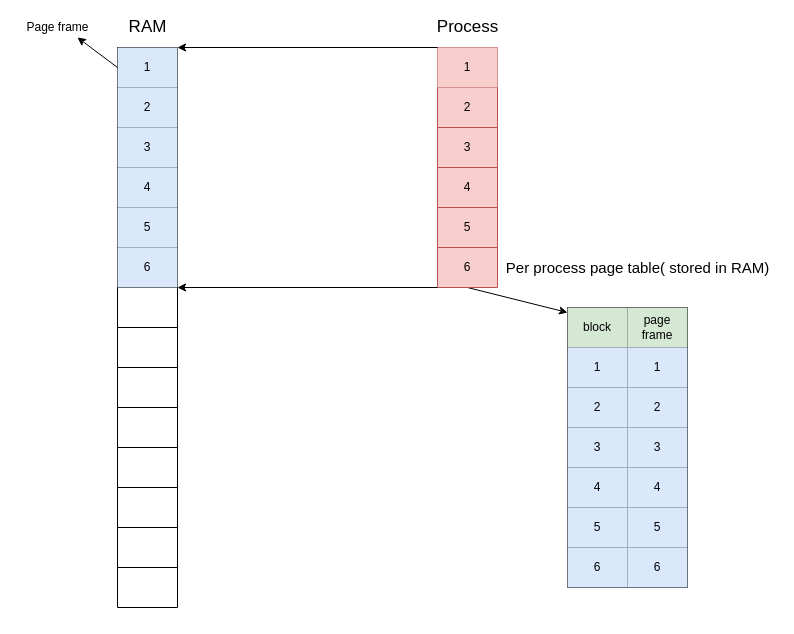
This is virtual-memory.drawio from estraining/diagram-store, a draw.io file, before an edit. Source tidied: cells renumbered, new cells numbered last; positions are measured from the earlier drawing's top-left corner, leaving out a move shared by most shapes. Both pictures are drawn from the tidied source at 100%, with x=0, y=0 at pixel (17, 17).
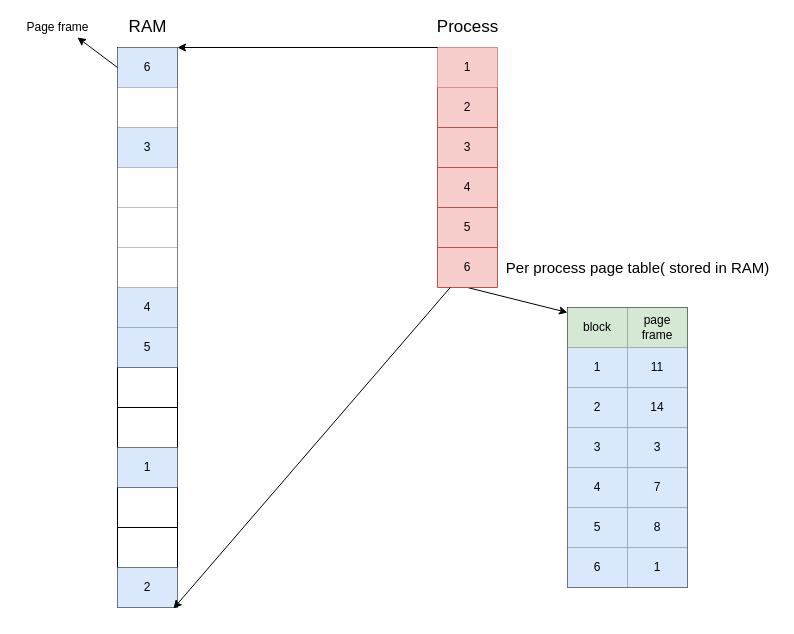
The same diagram, later.

Unchanged cells that the change refers to:
```xml
<mxCell id="3" style="shape=partialRectangle;html=1;whiteSpace=wrap;fillColor=none;top=0;left=0;bottom=0;right=0;points=[[0,0.5],[1,0.5]];portConstraint=eastwest;" parent="2" vertex="1">
  <mxGeometry width="60" height="40" as="geometry" />
</mxCell>
<mxCell id="5" style="shape=partialRectangle;html=1;whiteSpace=wrap;fillColor=none;top=0;left=0;bottom=0;right=0;" parent="2" vertex="1">
  <mxGeometry y="40" width="60" height="40" as="geometry" />
</mxCell>
<mxCell id="7" style="shape=partialRectangle;html=1;whiteSpace=wrap;fillColor=none;top=0;left=0;bottom=0;right=0;" parent="2" vertex="1">
  <mxGeometry y="80" width="60" height="40" as="geometry" />
</mxCell>
<mxCell id="9" style="shape=partialRectangle;html=1;whiteSpace=wrap;fillColor=none;top=0;left=0;bottom=0;right=0;" parent="2" vertex="1">
  <mxGeometry y="120" width="60" height="40" as="geometry" />
</mxCell>
<mxCell id="11" style="shape=partialRectangle;html=1;whiteSpace=wrap;fillColor=none;top=0;left=0;bottom=0;right=0;" parent="2" vertex="1">
  <mxGeometry y="160" width="60" height="40" as="geometry" />
</mxCell>
<mxCell id="13" style="shape=partialRectangle;html=1;whiteSpace=wrap;fillColor=none;top=0;left=0;bottom=0;right=0;" parent="2" vertex="1">
  <mxGeometry y="200" width="60" height="40" as="geometry" />
</mxCell>
<mxCell id="15" style="shape=partialRectangle;html=1;whiteSpace=wrap;fillColor=none;top=0;left=0;bottom=0;right=0;" parent="2" vertex="1">
  <mxGeometry y="240" width="60" height="40" as="geometry" />
</mxCell>
<mxCell id="17" style="shape=partialRectangle;html=1;whiteSpace=wrap;fillColor=none;top=0;left=0;bottom=0;right=0;" parent="2" vertex="1">
  <mxGeometry y="280" width="60" height="40" as="geometry" />
</mxCell>
<mxCell id="23" style="shape=partialRectangle;html=1;whiteSpace=wrap;fillColor=none;top=0;left=0;bottom=0;right=0;" parent="2" vertex="1">
  <mxGeometry y="400" width="60" height="40" as="geometry" />
</mxCell>
<mxCell id="29" style="shape=partialRectangle;html=1;whiteSpace=wrap;fillColor=none;top=0;left=0;bottom=0;right=0;points=[[0,0.5],[1,0.5]];portConstraint=eastwest;" parent="2" vertex="1">
  <mxGeometry y="520" width="60" height="40" as="geometry" />
</mxCell>
<mxCell id="33" style="shape=partialRectangle;html=1;whiteSpace=wrap;fillColor=none;top=0;left=0;bottom=0;right=0;points=[[0,0.5],[1,0.5]];portConstraint=eastwest;" parent="32" vertex="1">
  <mxGeometry width="60" height="40" as="geometry" />
</mxCell>
<mxCell id="43" style="shape=partialRectangle;html=1;whiteSpace=wrap;fillColor=none;top=0;left=0;bottom=0;right=0;points=[[0,0.5],[1,0.5]];portConstraint=eastwest;" parent="32" vertex="1">
  <mxGeometry y="200" width="60" height="40" as="geometry" />
</mxCell>
<mxCell id="54" style="shape=partialRectangle;html=1;whiteSpace=wrap;fillColor=none;top=0;left=0;bottom=0;right=0;" parent="50" vertex="1">
  <mxGeometry y="40" width="120" height="40" as="geometry" />
</mxCell>
<mxCell id="57" style="shape=partialRectangle;html=1;whiteSpace=wrap;fillColor=none;top=0;left=0;bottom=0;right=0;" parent="50" vertex="1">
  <mxGeometry y="80" width="120" height="40" as="geometry" />
</mxCell>
<mxCell id="63" style="shape=partialRectangle;html=1;whiteSpace=wrap;fillColor=none;top=0;left=0;bottom=0;right=0;" parent="50" vertex="1">
  <mxGeometry y="160" width="120" height="40" as="geometry" />
</mxCell>
<mxCell id="66" style="shape=partialRectangle;html=1;whiteSpace=wrap;fillColor=none;top=0;left=0;bottom=0;right=0;" parent="50" vertex="1">
  <mxGeometry y="200" width="120" height="40" as="geometry" />
</mxCell>
<mxCell id="69" style="shape=partialRectangle;html=1;whiteSpace=wrap;fillColor=none;top=0;left=0;bottom=0;right=0;" parent="50" vertex="1">
  <mxGeometry y="240" width="120" height="40" as="geometry" />
</mxCell>
```

Change to the diagram source:
```diff
@@
-    <mxCell id="4" value="1" style="shape=partialRectangle;html=1;whiteSpace=wrap;overflow=hidden;fillColor=#dae8fc;top=0;left=0;bottom=0;right=0;strokeColor=#6c8ebf;" parent="3" vertex="1">
+    <mxCell id="4" value="6" style="shape=partialRectangle;html=1;whiteSpace=wrap;overflow=hidden;fillColor=#dae8fc;top=0;left=0;bottom=0;right=0;strokeColor=#6c8ebf;" parent="3" vertex="1">
       <mxGeometry width="60" height="40" as="geometry" />
     </mxCell>
@@
-    <mxCell id="6" value="2" style="shape=partialRectangle;html=1;whiteSpace=wrap;overflow=hidden;fillColor=#dae8fc;top=0;left=0;bottom=0;right=0;strokeColor=#6c8ebf;" parent="5" vertex="1">
+    <mxCell id="6" style="shape=partialRectangle;html=1;whiteSpace=wrap;overflow=hidden;top=0;left=0;bottom=0;right=0;" parent="5" vertex="1">
       <mxGeometry width="60" height="40" as="geometry" />
     </mxCell>
@@
-    <mxCell id="8" value="3" style="shape=partialRectangle;html=1;whiteSpace=wrap;overflow=hidden;fillColor=#dae8fc;top=0;left=0;bottom=0;right=0;strokeColor=#6c8ebf;" parent="7" vertex="1">
+    <mxCell id="8" value="3" style="shape=partialRectangle;html=1;whiteSpace=wrap;overflow=hidden;top=0;left=0;bottom=0;right=0;fillColor=#dae8fc;strokeColor=#6c8ebf;" parent="7" vertex="1">
       <mxGeometry width="60" height="40" as="geometry" />
     </mxCell>
@@
-    <mxCell id="10" value="4" style="shape=partialRectangle;html=1;whiteSpace=wrap;overflow=hidden;fillColor=#dae8fc;top=0;left=0;bottom=0;right=0;strokeColor=#6c8ebf;" parent="9" vertex="1">
+    <mxCell id="10" style="shape=partialRectangle;html=1;whiteSpace=wrap;overflow=hidden;top=0;left=0;bottom=0;right=0;" parent="9" vertex="1">
       <mxGeometry width="60" height="40" as="geometry" />
     </mxCell>
@@
-    <mxCell id="12" value="5" style="shape=partialRectangle;html=1;whiteSpace=wrap;overflow=hidden;fillColor=#dae8fc;top=0;left=0;bottom=0;right=0;strokeColor=#6c8ebf;" parent="11" vertex="1">
+    <mxCell id="12" style="shape=partialRectangle;html=1;whiteSpace=wrap;overflow=hidden;top=0;left=0;bottom=0;right=0;" parent="11" vertex="1">
       <mxGeometry width="60" height="40" as="geometry" />
     </mxCell>
@@
-    <mxCell id="14" value="6" style="shape=partialRectangle;html=1;whiteSpace=wrap;overflow=hidden;fillColor=#dae8fc;top=0;left=0;bottom=0;right=0;strokeColor=#6c8ebf;" parent="13" vertex="1">
+    <mxCell id="14" style="shape=partialRectangle;html=1;whiteSpace=wrap;overflow=hidden;top=0;left=0;bottom=0;right=0;" parent="13" vertex="1">
       <mxGeometry width="60" height="40" as="geometry" />
     </mxCell>
@@
-    <mxCell id="16" style="shape=partialRectangle;html=1;whiteSpace=wrap;overflow=hidden;fillColor=none;top=0;left=0;bottom=0;right=0;" parent="15" vertex="1">
+    <mxCell id="16" value="4" style="shape=partialRectangle;html=1;whiteSpace=wrap;overflow=hidden;fillColor=#dae8fc;top=0;left=0;bottom=0;right=0;strokeColor=#6c8ebf;" parent="15" vertex="1">
       <mxGeometry width="60" height="40" as="geometry" />
     </mxCell>
@@
-    <mxCell id="18" style="shape=partialRectangle;html=1;whiteSpace=wrap;overflow=hidden;fillColor=none;top=0;left=0;bottom=0;right=0;" parent="17" vertex="1">
+    <mxCell id="18" value="5" style="shape=partialRectangle;html=1;whiteSpace=wrap;overflow=hidden;fillColor=#dae8fc;top=0;left=0;bottom=0;right=0;strokeColor=#6c8ebf;" parent="17" vertex="1">
       <mxGeometry width="60" height="40" as="geometry" />
     </mxCell>
@@
-    <mxCell id="24" style="shape=partialRectangle;html=1;whiteSpace=wrap;overflow=hidden;fillColor=none;top=0;left=0;bottom=0;right=0;" parent="23" vertex="1">
+    <mxCell id="24" value="1" style="shape=partialRectangle;html=1;whiteSpace=wrap;overflow=hidden;fillColor=#dae8fc;top=0;left=0;bottom=0;right=0;strokeColor=#6c8ebf;" parent="23" vertex="1">
       <mxGeometry width="60" height="40" as="geometry" />
     </mxCell>
@@
-    <mxCell id="30" style="shape=partialRectangle;html=1;whiteSpace=wrap;overflow=hidden;fillColor=none;top=0;left=0;bottom=0;right=0;" parent="29" vertex="1">
+    <mxCell id="30" value="2" style="shape=partialRectangle;html=1;whiteSpace=wrap;overflow=hidden;fillColor=#dae8fc;top=0;left=0;bottom=0;right=0;strokeColor=#6c8ebf;" parent="29" vertex="1">
       <mxGeometry width="60" height="40" as="geometry" />
     </mxCell>
@@
-    <mxCell id="47" style="edgeStyle=orthogonalEdgeStyle;rounded=0;jettySize=auto;html=1;" parent="1" edge="1" source="33">
-      <mxGeometry relative="1" as="geometry">
-        <mxPoint x="160" y="30" as="targetPoint" />
-        <Array as="points">
-          <mxPoint x="160" y="30" />
-        </Array>
-      </mxGeometry>
-    </mxCell>
-    <mxCell id="48" style="edgeStyle=orthogonalEdgeStyle;rounded=0;jettySize=auto;html=1;" parent="1" edge="1" source="43">
-      <mxGeometry relative="1" as="geometry">
-        <mxPoint x="160" y="270" as="targetPoint" />
-        <Array as="points">
-          <mxPoint x="160" y="270" />
-        </Array>
-      </mxGeometry>
-    </mxCell>
@@
-    <mxCell id="56" value="1" style="shape=partialRectangle;html=1;whiteSpace=wrap;overflow=hidden;fillColor=#dae8fc;top=0;left=0;bottom=0;right=0;strokeColor=#6c8ebf;" parent="54" vertex="1">
+    <mxCell id="56" value="11" style="shape=partialRectangle;html=1;whiteSpace=wrap;overflow=hidden;fillColor=#dae8fc;top=0;left=0;bottom=0;right=0;strokeColor=#6c8ebf;" parent="54" vertex="1">
       <mxGeometry x="60" width="60" height="40" as="geometry" />
     </mxCell>
@@
-    <mxCell id="59" value="2" style="shape=partialRectangle;html=1;whiteSpace=wrap;overflow=hidden;fillColor=#dae8fc;top=0;left=0;bottom=0;right=0;strokeColor=#6c8ebf;" parent="57" vertex="1">
+    <mxCell id="59" value="14" style="shape=partialRectangle;html=1;whiteSpace=wrap;overflow=hidden;fillColor=#dae8fc;top=0;left=0;bottom=0;right=0;strokeColor=#6c8ebf;" parent="57" vertex="1">
       <mxGeometry x="60" width="60" height="40" as="geometry" />
     </mxCell>
@@
-    <mxCell id="65" value="4" style="shape=partialRectangle;html=1;whiteSpace=wrap;overflow=hidden;fillColor=#dae8fc;top=0;left=0;bottom=0;right=0;strokeColor=#6c8ebf;" parent="63" vertex="1">
+    <mxCell id="65" value="7" style="shape=partialRectangle;html=1;whiteSpace=wrap;overflow=hidden;fillColor=#dae8fc;top=0;left=0;bottom=0;right=0;strokeColor=#6c8ebf;" parent="63" vertex="1">
       <mxGeometry x="60" width="60" height="40" as="geometry" />
     </mxCell>
@@
-    <mxCell id="68" value="5" style="shape=partialRectangle;html=1;whiteSpace=wrap;overflow=hidden;fillColor=#dae8fc;top=0;left=0;bottom=0;right=0;strokeColor=#6c8ebf;" parent="66" vertex="1">
+    <mxCell id="68" value="8" style="shape=partialRectangle;html=1;whiteSpace=wrap;overflow=hidden;fillColor=#dae8fc;top=0;left=0;bottom=0;right=0;strokeColor=#6c8ebf;" parent="66" vertex="1">
       <mxGeometry x="60" width="60" height="40" as="geometry" />
     </mxCell>
@@
-    <mxCell id="71" value="6" style="shape=partialRectangle;html=1;whiteSpace=wrap;overflow=hidden;fillColor=#dae8fc;top=0;left=0;bottom=0;right=0;strokeColor=#6c8ebf;" parent="69" vertex="1">
+    <mxCell id="71" value="1" style="shape=partialRectangle;html=1;whiteSpace=wrap;overflow=hidden;fillColor=#dae8fc;top=0;left=0;bottom=0;right=0;strokeColor=#6c8ebf;" parent="69" vertex="1">
       <mxGeometry x="60" width="60" height="40" as="geometry" />
     </mxCell>
@@
+    <mxCell id="74" style="edgeStyle=none;rounded=0;jettySize=auto;html=1;entryX=1;entryY=0;entryDx=0;entryDy=0;entryPerimeter=0;exitX=0;exitY=0;exitDx=0;exitDy=0;exitPerimeter=0;" parent="1" edge="1" source="33" target="3">
+      <mxGeometry relative="1" as="geometry" />
+    </mxCell>
+    <mxCell id="75" style="edgeStyle=none;rounded=0;jettySize=auto;html=1;entryX=0.933;entryY=1.025;entryDx=0;entryDy=0;entryPerimeter=0;" parent="1" edge="1" source="43" target="29">
+      <mxGeometry relative="1" as="geometry" />
+    </mxCell>
```
